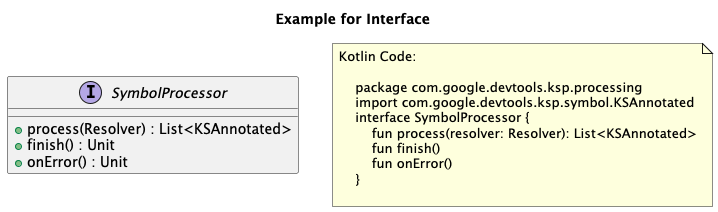
Tosaa/ksp-plantuml keeps this PlantUML diagram as doc/plantuml/Interface.png. Above is the earlier version.
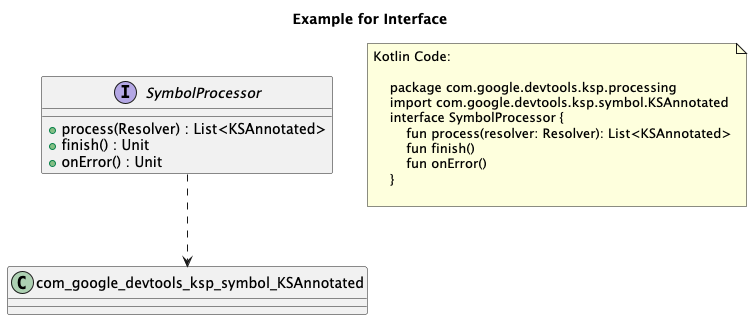
After the commit.

What changed in the source:
```diff
@@ -8,8 +8,7 @@
     }
 
 
-
-
+com_google_devtools_ksp_processing_SymbolProcessor ..> com_google_devtools_ksp_symbol_KSAnnotated
 
 note as note_of_code
 Kotlin Code:
```
